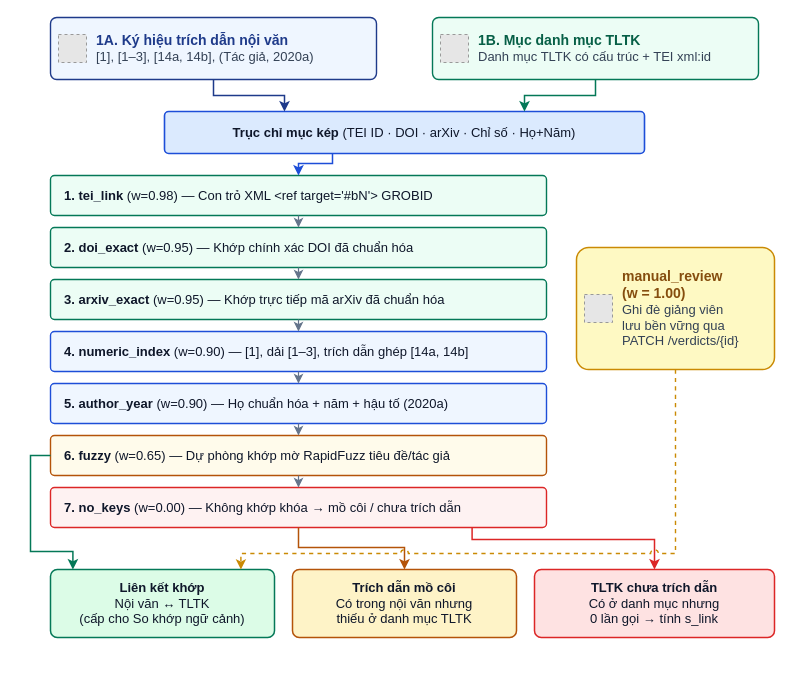
This is page "fig4_3_linking" (8 of 12) of FinalReport_TDTU_VN/picture/figures/drawio/citra_thesis_diagrams.drawio from iannwendy/citra, a draw.io file, before an edit. Source tidied: cells renumbered, new cells numbered last; positions are measured from the earlier drawing's top-left corner, leaving out a move shared by most shapes. Both pictures are drawn from the tidied source at 100%, with x=0, y=0 at pixel (30, 17). Pictures stored in the file or linked from it are replaced by grey dashed boxes.
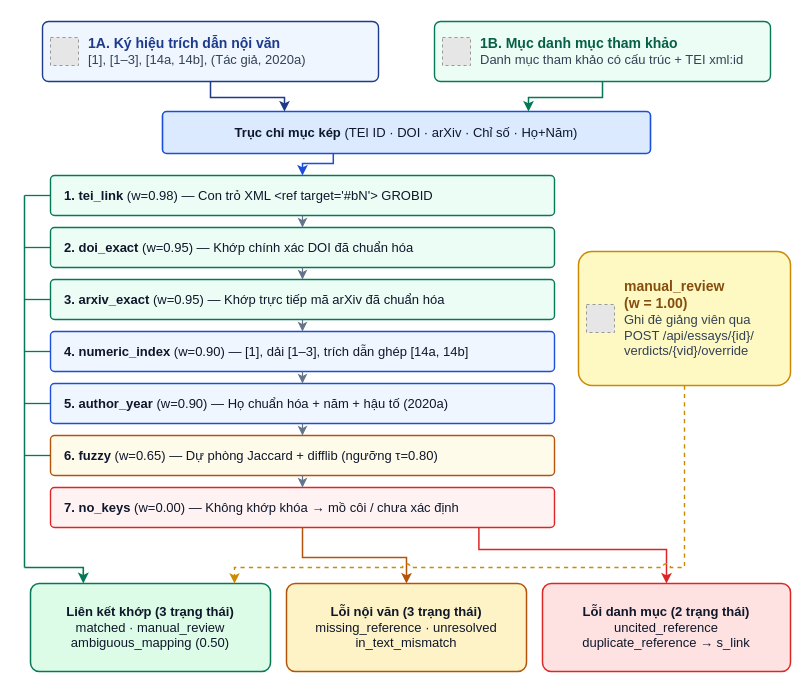
After the change.

Diff of the diagram source:
```diff
@@
     <mxCell id="2" value="&lt;b&gt;&lt;font color='#1E3A8A' style='font-size:14px'&gt;1A. Ký hiệu trích dẫn nội văn&lt;/font&gt;&lt;/b&gt;&lt;br/&gt;&lt;font color='#334155' style='font-size:13px'&gt;[1], [1–3], [14a, 14b], (Tác giả, 2020a)&lt;/font&gt;" style="rounded=1;arcSize=10;whiteSpace=wrap;html=1;fillColor=#EFF6FF;strokeColor=#1E3A8A;strokeWidth=1.4;dashed=0;fontFamily=Helvetica;fontSize=13;fontColor=#0F172A;fontStyle=0;align=left;verticalAlign=middle;spacing=4;spacingLeft=42;spacingRight=6;" parent="1" vertex="1">
-      <mxGeometry x="20" width="326" height="62" as="geometry" />
+      <mxGeometry x="12" y="4" width="336" height="60" as="geometry" />
     </mxCell>
     <mxCell id="3" style="fillColor=#E6E6E6;strokeColor=#999999;dashed=1;verticalLabelPosition=bottom;labelBackgroundColor=none;verticalAlign=top;" parent="1" vertex="1">
-      <mxGeometry x="28" y="17" width="28" height="28" as="geometry" />
+      <mxGeometry x="20" y="20" width="28" height="28" as="geometry" />
     </mxCell>
-    <mxCell id="4" value="&lt;b&gt;&lt;font color='#065F46' style='font-size:14px'&gt;1B. Mục danh mục TLTK&lt;/font&gt;&lt;/b&gt;&lt;br/&gt;&lt;font color='#334155' style='font-size:13px'&gt;Danh mục TLTK có cấu trúc + TEI xml:id&lt;/font&gt;" style="rounded=1;arcSize=10;whiteSpace=wrap;html=1;fillColor=#ECFDF5;strokeColor=#047857;strokeWidth=1.4;dashed=0;fontFamily=Helvetica;fontSize=13;fontColor=#0F172A;fontStyle=0;align=left;verticalAlign=middle;spacing=4;spacingLeft=42;spacingRight=6;" parent="1" vertex="1">
-      <mxGeometry x="402" width="326" height="62" as="geometry" />
+    <mxCell id="4" value="&lt;b&gt;&lt;font color='#065F46' style='font-size:14px'&gt;1B. Mục danh mục tham khảo&lt;/font&gt;&lt;/b&gt;&lt;br/&gt;&lt;font color='#334155' style='font-size:13px'&gt;Danh mục tham khảo có cấu trúc + TEI xml:id&lt;/font&gt;" style="rounded=1;arcSize=10;whiteSpace=wrap;html=1;fillColor=#ECFDF5;strokeColor=#047857;strokeWidth=1.4;dashed=0;fontFamily=Helvetica;fontSize=13;fontColor=#0F172A;fontStyle=0;align=left;verticalAlign=middle;spacing=4;spacingLeft=42;spacingRight=6;" parent="1" vertex="1">
+      <mxGeometry x="404" y="4" width="336" height="60" as="geometry" />
     </mxCell>
     <mxCell id="5" style="fillColor=#E6E6E6;strokeColor=#999999;dashed=1;verticalLabelPosition=bottom;labelBackgroundColor=none;verticalAlign=top;" parent="1" vertex="1">
-      <mxGeometry x="410" y="17" width="28" height="28" as="geometry" />
+      <mxGeometry x="412" y="20" width="28" height="28" as="geometry" />
     </mxCell>
     <mxCell id="6" value="&lt;b&gt;Trục chỉ mục kép&lt;/b&gt; (TEI ID · DOI · arXiv · Chỉ số · Họ+Năm)" style="rounded=1;arcSize=10;whiteSpace=wrap;html=1;fillColor=#DBEAFE;strokeColor=#1D4ED8;strokeWidth=1.6;dashed=0;fontFamily=Helvetica;fontSize=13;fontColor=#0F172A;fontStyle=0;align=center;verticalAlign=middle;spacing=4;" parent="1" vertex="1">
-      <mxGeometry x="134" y="94" width="480" height="42" as="geometry" />
+      <mxGeometry x="132" y="94" width="488" height="42" as="geometry" />
     </mxCell>
     <mxCell id="7" style="strokeColor=#1E3A8A;strokeWidth=1.5;dashed=0;endArrow=classic;endFill=1;startArrow=none;startFill=0;fontFamily=Helvetica;fontSize=13;fontColor=#0F172A;fontStyle=0;html=1;rounded=0;edgeStyle=orthogonalEdgeStyle;jumpStyle=arc;jumpSize=7;exitX=0.5;exitY=1;entryX=0.25;entryY=0;" parent="1" edge="1" source="2" target="6">
       <mxGeometry relative="1" as="geometry">
         <Array as="points">
-          <mxPoint x="183" y="78" />
-          <mxPoint x="254" y="78" />
+          <mxPoint x="180" y="80" />
+          <mxPoint x="254" y="80" />
         </Array>
       </mxGeometry>
     </mxCell>
     <mxCell id="8" style="strokeColor=#047857;strokeWidth=1.5;dashed=0;endArrow=classic;endFill=1;startArrow=none;startFill=0;fontFamily=Helvetica;fontSize=13;fontColor=#0F172A;fontStyle=0;html=1;rounded=0;edgeStyle=orthogonalEdgeStyle;jumpStyle=arc;jumpSize=7;exitX=0.5;exitY=1;entryX=0.75;entryY=0;" parent="1" edge="1" source="4" target="6">
       <mxGeometry relative="1" as="geometry">
         <Array as="points">
-          <mxPoint x="565" y="78" />
-          <mxPoint x="494" y="78" />
+          <mxPoint x="572" y="80" />
+          <mxPoint x="498" y="80" />
         </Array>
       </mxGeometry>
     </mxCell>
     <mxCell id="9" value="&lt;b&gt;1. tei_link&lt;/b&gt; (w=0.98)  —  Con trỏ XML &amp;lt;ref target='#bN'&amp;gt; GROBID" style="rounded=1;arcSize=10;whiteSpace=wrap;html=1;fillColor=#ECFDF5;strokeColor=#047857;strokeWidth=1.4;dashed=0;fontFamily=Helvetica;fontSize=13;fontColor=#0F172A;fontStyle=0;align=left;verticalAlign=middle;spacing=4;spacingLeft=10;" parent="1" vertex="1">
-      <mxGeometry x="20" y="158" width="496" height="40" as="geometry" />
+      <mxGeometry x="20" y="158" width="504" height="40" as="geometry" />
     </mxCell>
     <mxCell id="10" style="strokeColor=#1D4ED8;strokeWidth=1.5;dashed=0;endArrow=classic;endFill=1;startArrow=none;startFill=0;fontFamily=Helvetica;fontSize=13;fontColor=#0F172A;fontStyle=0;html=1;rounded=0;edgeStyle=orthogonalEdgeStyle;jumpStyle=arc;jumpSize=7;exitX=0.35;exitY=1;entryX=0.5;entryY=0;" parent="1" edge="1" source="6" target="9">
       <mxGeometry relative="1" as="geometry">
         <Array as="points">
-          <mxPoint x="302" y="146" />
-          <mxPoint x="268" y="146" />
+          <mxPoint x="303" y="146" />
+          <mxPoint x="272" y="146" />
         </Array>
       </mxGeometry>
     </mxCell>
     <mxCell id="11" value="&lt;b&gt;2. doi_exact&lt;/b&gt; (w=0.95)  —  Khớp chính xác DOI đã chuẩn hóa" style="rounded=1;arcSize=10;whiteSpace=wrap;html=1;fillColor=#ECFDF5;strokeColor=#047857;strokeWidth=1.4;dashed=0;fontFamily=Helvetica;fontSize=13;fontColor=#0F172A;fontStyle=0;align=left;verticalAlign=middle;spacing=4;spacingLeft=10;" parent="1" vertex="1">
-      <mxGeometry x="20" y="210" width="496" height="40" as="geometry" />
+      <mxGeometry x="20" y="210" width="504" height="40" as="geometry" />
     </mxCell>
@@
     <mxCell id="13" value="&lt;b&gt;3. arxiv_exact&lt;/b&gt; (w=0.95)  —  Khớp trực tiếp mã arXiv đã chuẩn hóa" style="rounded=1;arcSize=10;whiteSpace=wrap;html=1;fillColor=#ECFDF5;strokeColor=#047857;strokeWidth=1.4;dashed=0;fontFamily=Helvetica;fontSize=13;fontColor=#0F172A;fontStyle=0;align=left;verticalAlign=middle;spacing=4;spacingLeft=10;" parent="1" vertex="1">
-      <mxGeometry x="20" y="262" width="496" height="40" as="geometry" />
+      <mxGeometry x="20" y="262" width="504" height="40" as="geometry" />
     </mxCell>
@@
     <mxCell id="15" value="&lt;b&gt;4. numeric_index&lt;/b&gt; (w=0.90)  —  [1], dải [1–3], trích dẫn ghép [14a, 14b]" style="rounded=1;arcSize=10;whiteSpace=wrap;html=1;fillColor=#EFF6FF;strokeColor=#1D4ED8;strokeWidth=1.4;dashed=0;fontFamily=Helvetica;fontSize=13;fontColor=#0F172A;fontStyle=0;align=left;verticalAlign=middle;spacing=4;spacingLeft=10;" parent="1" vertex="1">
-      <mxGeometry x="20" y="314" width="496" height="40" as="geometry" />
+      <mxGeometry x="20" y="314" width="504" height="40" as="geometry" />
     </mxCell>
@@
     <mxCell id="17" value="&lt;b&gt;5. author_year&lt;/b&gt; (w=0.90)  —  Họ chuẩn hóa + năm + hậu tố (2020a)" style="rounded=1;arcSize=10;whiteSpace=wrap;html=1;fillColor=#EFF6FF;strokeColor=#1D4ED8;strokeWidth=1.4;dashed=0;fontFamily=Helvetica;fontSize=13;fontColor=#0F172A;fontStyle=0;align=left;verticalAlign=middle;spacing=4;spacingLeft=10;" parent="1" vertex="1">
-      <mxGeometry x="20" y="366" width="496" height="40" as="geometry" />
+      <mxGeometry x="20" y="366" width="504" height="40" as="geometry" />
     </mxCell>
@@
-    <mxCell id="19" value="&lt;b&gt;6. fuzzy&lt;/b&gt; (w=0.65)  —  Dự phòng khớp mờ RapidFuzz tiêu đề/tác giả" style="rounded=1;arcSize=10;whiteSpace=wrap;html=1;fillColor=#FFFBEB;strokeColor=#B45309;strokeWidth=1.4;dashed=0;fontFamily=Helvetica;fontSize=13;fontColor=#0F172A;fontStyle=0;align=left;verticalAlign=middle;spacing=4;spacingLeft=10;" parent="1" vertex="1">
-      <mxGeometry x="20" y="418" width="496" height="40" as="geometry" />
+    <mxCell id="19" value="&lt;b&gt;6. fuzzy&lt;/b&gt; (w=0.65)  —  Dự phòng Jaccard + difflib (ngưỡng τ=0.80)" style="rounded=1;arcSize=10;whiteSpace=wrap;html=1;fillColor=#FFFBEB;strokeColor=#B45309;strokeWidth=1.4;dashed=0;fontFamily=Helvetica;fontSize=13;fontColor=#0F172A;fontStyle=0;align=left;verticalAlign=middle;spacing=4;spacingLeft=10;" parent="1" vertex="1">
+      <mxGeometry x="20" y="418" width="504" height="40" as="geometry" />
     </mxCell>
@@
-    <mxCell id="21" value="&lt;b&gt;7. no_keys&lt;/b&gt; (w=0.00)  —  Không khớp khóa → mồ côi / chưa trích dẫn" style="rounded=1;arcSize=10;whiteSpace=wrap;html=1;fillColor=#FEF2F2;strokeColor=#DC2626;strokeWidth=1.4;dashed=0;fontFamily=Helvetica;fontSize=13;fontColor=#0F172A;fontStyle=0;align=left;verticalAlign=middle;spacing=4;spacingLeft=10;" parent="1" vertex="1">
-      <mxGeometry x="20" y="470" width="496" height="40" as="geometry" />
+    <mxCell id="21" value="&lt;b&gt;7. no_keys&lt;/b&gt; (w=0.00)  —  Không khớp khóa → mồ côi / chưa xác định" style="rounded=1;arcSize=10;whiteSpace=wrap;html=1;fillColor=#FEF2F2;strokeColor=#DC2626;strokeWidth=1.4;dashed=0;fontFamily=Helvetica;fontSize=13;fontColor=#0F172A;fontStyle=0;align=left;verticalAlign=middle;spacing=4;spacingLeft=10;" parent="1" vertex="1">
+      <mxGeometry x="20" y="470" width="504" height="40" as="geometry" />
     </mxCell>
@@
-    <mxCell id="23" value="&lt;b&gt;&lt;font color='#854D0E' style='font-size:14px'&gt;manual_review&#10;(w = 1.00)&lt;/font&gt;&lt;/b&gt;&lt;br/&gt;&lt;font color='#334155' style='font-size:13px'&gt;Ghi đè giảng viên&lt;br/&gt;lưu bền vững qua&lt;br/&gt;PATCH /verdicts/{id}&lt;/font&gt;" style="rounded=1;arcSize=10;whiteSpace=wrap;html=1;fillColor=#FEF9C3;strokeColor=#CA8A04;strokeWidth=1.5;dashed=0;fontFamily=Helvetica;fontSize=13;fontColor=#0F172A;fontStyle=0;align=left;verticalAlign=middle;spacing=4;spacingLeft=42;spacingRight=6;" parent="1" vertex="1">
-      <mxGeometry x="546" y="230" width="198" height="122" as="geometry" />
-    </mxCell>
-    <mxCell id="24" style="fillColor=#E6E6E6;strokeColor=#999999;dashed=1;verticalLabelPosition=bottom;labelBackgroundColor=none;verticalAlign=top;" parent="1" vertex="1">
-      <mxGeometry x="554" y="277" width="28" height="28" as="geometry" />
-    </mxCell>
-    <mxCell id="25" value="&lt;b&gt;Liên kết khớp&lt;/b&gt;&lt;br/&gt;Nội văn ↔ TLTK&lt;br/&gt;(cấp cho So khớp ngữ cảnh)" style="rounded=1;arcSize=10;whiteSpace=wrap;html=1;fillColor=#DCFCE7;strokeColor=#047857;strokeWidth=1.5;dashed=0;fontFamily=Helvetica;fontSize=13;fontColor=#0F172A;fontStyle=0;align=center;verticalAlign=middle;spacing=4;" parent="1" vertex="1">
-      <mxGeometry x="20" y="552" width="224" height="68" as="geometry" />
-    </mxCell>
-    <mxCell id="26" value="&lt;b&gt;Trích dẫn mồ côi&lt;/b&gt;&lt;br/&gt;Có trong nội văn nhưng&lt;br/&gt;thiếu ở danh mục TLTK" style="rounded=1;arcSize=10;whiteSpace=wrap;html=1;fillColor=#FEF3C7;strokeColor=#B45309;strokeWidth=1.5;dashed=0;fontFamily=Helvetica;fontSize=13;fontColor=#0F172A;fontStyle=0;align=center;verticalAlign=middle;spacing=4;" parent="1" vertex="1">
-      <mxGeometry x="262" y="552" width="224" height="68" as="geometry" />
-    </mxCell>
-    <mxCell id="27" value="&lt;b&gt;TLTK chưa trích dẫn&lt;/b&gt;&lt;br/&gt;Có ở danh mục nhưng&lt;br/&gt;0 lần gọi → tính s_link" style="rounded=1;arcSize=10;whiteSpace=wrap;html=1;fillColor=#FEE2E2;strokeColor=#DC2626;strokeWidth=1.5;dashed=0;fontFamily=Helvetica;fontSize=13;fontColor=#0F172A;fontStyle=0;align=center;verticalAlign=middle;spacing=4;" parent="1" vertex="1">
-      <mxGeometry x="504" y="552" width="240" height="68" as="geometry" />
-    </mxCell>
+    <mxCell id="32" style="strokeColor=#047857;strokeWidth=1.3;dashed=0;endArrow=none;endFill=1;startArrow=none;startFill=0;fontFamily=Helvetica;fontSize=13;fontColor=#0F172A;fontStyle=0;html=1;rounded=0;exitPerimeter=0;entryPerimeter=0;" parent="1" edge="1">
+      <mxGeometry relative="1" as="geometry">
+        <mxPoint x="20" y="178" as="sourcePoint" />
+        <mxPoint x="-6" y="178" as="targetPoint" />
+      </mxGeometry>
+    </mxCell>
+    <mxCell id="33" style="strokeColor=#047857;strokeWidth=1.3;dashed=0;endArrow=none;endFill=1;startArrow=none;startFill=0;fontFamily=Helvetica;fontSize=13;fontColor=#0F172A;fontStyle=0;html=1;rounded=0;exitPerimeter=0;entryPerimeter=0;" parent="1" edge="1">
+      <mxGeometry relative="1" as="geometry">
+        <mxPoint x="20" y="230" as="sourcePoint" />
+        <mxPoint x="-6" y="230" as="targetPoint" />
+      </mxGeometry>
+    </mxCell>
+    <mxCell id="34" style="strokeColor=#047857;strokeWidth=1.3;dashed=0;endArrow=none;endFill=1;startArrow=none;startFill=0;fontFamily=Helvetica;fontSize=13;fontColor=#0F172A;fontStyle=0;html=1;rounded=0;exitPerimeter=0;entryPerimeter=0;" parent="1" edge="1">
+      <mxGeometry relative="1" as="geometry">
+        <mxPoint x="20" y="282" as="sourcePoint" />
+        <mxPoint x="-6" y="282" as="targetPoint" />
+      </mxGeometry>
+    </mxCell>
+    <mxCell id="35" style="strokeColor=#047857;strokeWidth=1.3;dashed=0;endArrow=none;endFill=1;startArrow=none;startFill=0;fontFamily=Helvetica;fontSize=13;fontColor=#0F172A;fontStyle=0;html=1;rounded=0;exitPerimeter=0;entryPerimeter=0;" parent="1" edge="1">
+      <mxGeometry relative="1" as="geometry">
+        <mxPoint x="20" y="334" as="sourcePoint" />
+        <mxPoint x="-6" y="334" as="targetPoint" />
+      </mxGeometry>
+    </mxCell>
+    <mxCell id="36" style="strokeColor=#047857;strokeWidth=1.3;dashed=0;endArrow=none;endFill=1;startArrow=none;startFill=0;fontFamily=Helvetica;fontSize=13;fontColor=#0F172A;fontStyle=0;html=1;rounded=0;exitPerimeter=0;entryPerimeter=0;" parent="1" edge="1">
+      <mxGeometry relative="1" as="geometry">
+        <mxPoint x="20" y="386" as="sourcePoint" />
+        <mxPoint x="-6" y="386" as="targetPoint" />
+      </mxGeometry>
+    </mxCell>
-    <mxCell id="28" style="strokeColor=#047857;strokeWidth=1.5;dashed=0;endArrow=classic;endFill=1;startArrow=none;startFill=0;fontFamily=Helvetica;fontSize=13;fontColor=#0F172A;fontStyle=0;html=1;rounded=0;edgeStyle=orthogonalEdgeStyle;jumpStyle=arc;jumpSize=7;exitX=0.0;exitY=0.5;entryX=0.1;entryY=0;" parent="1" edge="1" source="19" target="25">
+    <mxCell id="28" style="strokeColor=#047857;strokeWidth=1.3;dashed=0;endArrow=none;endFill=1;startArrow=none;startFill=0;fontFamily=Helvetica;fontSize=13;fontColor=#0F172A;fontStyle=0;html=1;rounded=0;exitPerimeter=0;entryPerimeter=0;" parent="1" edge="1">
       <mxGeometry relative="1" as="geometry">
-        <Array as="points">
-          <mxPoint y="438" />
-          <mxPoint y="534" />
-          <mxPoint x="42" y="534" />
-        </Array>
+        <mxPoint x="20" y="438" as="sourcePoint" />
+        <mxPoint x="-6" y="438" as="targetPoint" />
       </mxGeometry>
     </mxCell>
-    <mxCell id="29" style="strokeColor=#B45309;strokeWidth=1.5;dashed=0;endArrow=classic;endFill=1;startArrow=none;startFill=0;fontFamily=Helvetica;fontSize=13;fontColor=#0F172A;fontStyle=0;html=1;rounded=0;edgeStyle=orthogonalEdgeStyle;jumpStyle=arc;jumpSize=7;exitX=0.5;exitY=1;entryX=0.5;entryY=0;" parent="1" edge="1" source="21" target="26">
+    <mxCell id="29" style="strokeColor=#047857;strokeWidth=1.5;dashed=0;endArrow=none;endFill=1;startArrow=none;startFill=0;fontFamily=Helvetica;fontSize=13;fontColor=#0F172A;fontStyle=0;html=1;rounded=0;exitPerimeter=0;entryPerimeter=0;" parent="1" edge="1">
       <mxGeometry relative="1" as="geometry">
-        <Array as="points">
-          <mxPoint x="268" y="530" />
-          <mxPoint x="374" y="530" />
-        </Array>
+        <mxPoint x="-6" y="178" as="sourcePoint" />
+        <mxPoint x="-6" y="550" as="targetPoint" />
       </mxGeometry>
     </mxCell>
-    <mxCell id="30" style="strokeColor=#DC2626;strokeWidth=1.5;dashed=0;endArrow=classic;endFill=1;startArrow=none;startFill=0;fontFamily=Helvetica;fontSize=13;fontColor=#0F172A;fontStyle=0;html=1;rounded=0;edgeStyle=orthogonalEdgeStyle;jumpStyle=arc;jumpSize=7;exitX=0.85;exitY=1;entryX=0.5;entryY=0;" parent="1" edge="1" source="21" target="27">
-      <mxGeometry relative="1" as="geometry">
-        <Array as="points">
-          <mxPoint x="442" y="522" />
-          <mxPoint x="624" y="522" />
-        </Array>
-      </mxGeometry>
-    </mxCell>
-    <mxCell id="31" style="strokeColor=#CA8A04;strokeWidth=1.4;dashed=1;endArrow=classic;endFill=1;startArrow=none;startFill=0;fontFamily=Helvetica;fontSize=13;fontColor=#0F172A;fontStyle=0;html=1;rounded=0;edgeStyle=orthogonalEdgeStyle;jumpStyle=arc;jumpSize=7;exitX=0.5;exitY=1;entryX=0.85;entryY=0;" parent="1" edge="1" source="23" target="25">
-      <mxGeometry relative="1" as="geometry">
-        <Array as="points">
-          <mxPoint x="645" y="536" />
-          <mxPoint x="210" y="536" />
-        </Array>
-      </mxGeometry>
-    </mxCell>
+    <mxCell id="37" value="&lt;b&gt;&lt;font color='#854D0E' style='font-size:14px'&gt;manual_review&#10;(w = 1.00)&lt;/font&gt;&lt;/b&gt;&lt;br/&gt;&lt;font color='#334155' style='font-size:13px'&gt;Ghi đè giảng viên qua&lt;br/&gt;POST /api/essays/{id}/&lt;br/&gt;verdicts/{vid}/override&lt;/font&gt;" style="rounded=1;arcSize=10;whiteSpace=wrap;html=1;fillColor=#FEF9C3;strokeColor=#CA8A04;strokeWidth=1.5;dashed=0;fontFamily=Helvetica;fontSize=13;fontColor=#0F172A;fontStyle=0;align=left;verticalAlign=middle;spacing=4;spacingLeft=42;spacingRight=6;" parent="1" vertex="1">
+      <mxGeometry x="548" y="234" width="212" height="134" as="geometry" />
+    </mxCell>
+    <mxCell id="38" style="fillColor=#E6E6E6;strokeColor=#999999;dashed=1;verticalLabelPosition=bottom;labelBackgroundColor=none;verticalAlign=top;" parent="1" vertex="1">
+      <mxGeometry x="556" y="287" width="28" height="28" as="geometry" />
+    </mxCell>
+    <mxCell id="39" value="&lt;b&gt;Liên kết khớp (3 trạng thái)&lt;/b&gt;&lt;br/&gt;matched · manual_review&lt;br/&gt;ambiguous_mapping (0.50)" style="rounded=1;arcSize=10;whiteSpace=wrap;html=1;fillColor=#DCFCE7;strokeColor=#047857;strokeWidth=1.5;dashed=0;fontFamily=Helvetica;fontSize=13;fontColor=#0F172A;fontStyle=0;align=center;verticalAlign=middle;spacing=4;" parent="1" vertex="1">
+      <mxGeometry y="566" width="240" height="88" as="geometry" />
+    </mxCell>
+    <mxCell id="40" value="&lt;b&gt;Lỗi nội văn (3 trạng thái)&lt;/b&gt;&lt;br/&gt;missing_reference · unresolved&lt;br/&gt;in_text_mismatch" style="rounded=1;arcSize=10;whiteSpace=wrap;html=1;fillColor=#FEF3C7;strokeColor=#B45309;strokeWidth=1.5;dashed=0;fontFamily=Helvetica;fontSize=13;fontColor=#0F172A;fontStyle=0;align=center;verticalAlign=middle;spacing=4;" parent="1" vertex="1">
+      <mxGeometry x="256" y="566" width="240" height="88" as="geometry" />
+    </mxCell>
+    <mxCell id="41" value="&lt;b&gt;Lỗi danh mục (2 trạng thái)&lt;/b&gt;&lt;br/&gt;uncited_reference&lt;br/&gt;duplicate_reference → s_link" style="rounded=1;arcSize=10;whiteSpace=wrap;html=1;fillColor=#FEE2E2;strokeColor=#DC2626;strokeWidth=1.5;dashed=0;fontFamily=Helvetica;fontSize=13;fontColor=#0F172A;fontStyle=0;align=center;verticalAlign=middle;spacing=4;" parent="1" vertex="1">
+      <mxGeometry x="512" y="566" width="248" height="88" as="geometry" />
+    </mxCell>
+    <mxCell id="42" style="strokeColor=#047857;strokeWidth=1.6;dashed=0;endArrow=classic;endFill=1;startArrow=none;startFill=0;fontFamily=Helvetica;fontSize=13;fontColor=#0F172A;fontStyle=0;html=1;rounded=0;edgeStyle=orthogonalEdgeStyle;jumpStyle=arc;jumpSize=7;entryX=0.22;entryY=0;" parent="1" edge="1" target="39">
+      <mxGeometry relative="1" as="geometry">
+        <mxPoint x="-6" y="550" as="sourcePoint" />
+        <Array as="points">
+          <mxPoint x="53" y="550" />
+        </Array>
+      </mxGeometry>
+    </mxCell>
+    <mxCell id="43" style="strokeColor=#B45309;strokeWidth=1.5;dashed=0;endArrow=classic;endFill=1;startArrow=none;startFill=0;fontFamily=Helvetica;fontSize=13;fontColor=#0F172A;fontStyle=0;html=1;rounded=0;edgeStyle=orthogonalEdgeStyle;jumpStyle=arc;jumpSize=7;exitX=0.5;exitY=1;entryX=0.5;entryY=0;" parent="1" edge="1" source="21" target="40">
+      <mxGeometry relative="1" as="geometry">
+        <Array as="points">
+          <mxPoint x="272" y="540" />
+          <mxPoint x="376" y="540" />
+        </Array>
+      </mxGeometry>
+    </mxCell>
+    <mxCell id="44" style="strokeColor=#DC2626;strokeWidth=1.5;dashed=0;endArrow=classic;endFill=1;startArrow=none;startFill=0;fontFamily=Helvetica;fontSize=13;fontColor=#0F172A;fontStyle=0;html=1;rounded=0;edgeStyle=orthogonalEdgeStyle;jumpStyle=arc;jumpSize=7;exitX=0.85;exitY=1;entryX=0.5;entryY=0;" parent="1" edge="1" source="21" target="41">
+      <mxGeometry relative="1" as="geometry">
+        <Array as="points">
+          <mxPoint x="448" y="532" />
+          <mxPoint x="636" y="532" />
+        </Array>
+      </mxGeometry>
+    </mxCell>
+    <mxCell id="45" style="strokeColor=#CA8A04;strokeWidth=1.4;dashed=1;endArrow=classic;endFill=1;startArrow=none;startFill=0;fontFamily=Helvetica;fontSize=13;fontColor=#0F172A;fontStyle=0;html=1;rounded=0;edgeStyle=orthogonalEdgeStyle;jumpStyle=arc;jumpSize=7;exitX=0.5;exitY=1;entryX=0.85;entryY=0;" parent="1" edge="1" source="37" target="39">
+      <mxGeometry relative="1" as="geometry">
+        <Array as="points">
+          <mxPoint x="654" y="550" />
+          <mxPoint x="204" y="550" />
+        </Array>
+      </mxGeometry>
+    </mxCell>
```
